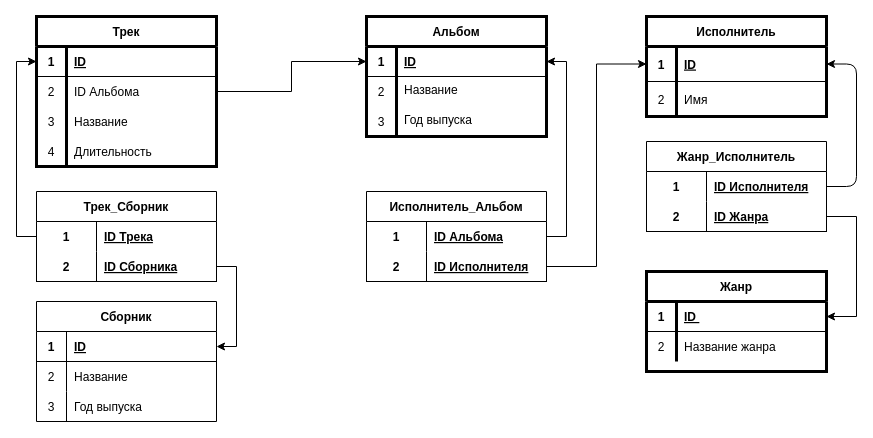
Earlier version of the draw.io diagram music_site_schema.drawio (hochu-leto/music-site). Source tidied: cells renumbered, new cells numbered last; positions are measured from the earlier drawing's top-left corner, leaving out a move shared by most shapes. Both pictures are drawn from the tidied source at 100%, with x=0, y=0 at pixel (36, 16).
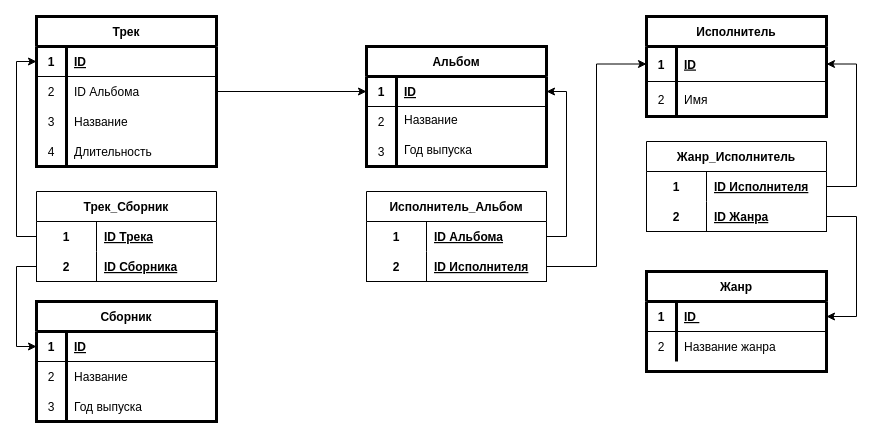
The same diagram, later.

The change refers to these unchanged cells:
```xml
<mxCell id="13" style="shape=partialRectangle;fillColor=none;top=0;left=0;bottom=1;right=0;points=[[0,0.5],[1,0.5]];portConstraint=eastwest;" parent="12" vertex="1">
  <mxGeometry y="30" width="180" height="35" as="geometry" />
</mxCell>
<mxCell id="41" style="shape=partialRectangle;fillColor=none;top=0;left=0;bottom=0;right=0;points=[[0,0.5],[1,0.5]];portConstraint=eastwest;" parent="40" vertex="1">
  <mxGeometry y="30" width="180" height="30" as="geometry" />
</mxCell>
<mxCell id="59" style="shape=partialRectangle;fillColor=none;top=0;left=0;bottom=1;right=0;points=[[0,0.5],[1,0.5]];portConstraint=eastwest;" parent="58" vertex="1">
  <mxGeometry y="30" width="180" height="30" as="geometry" />
</mxCell>
<mxCell id="72" style="shape=partialRectangle;fillColor=none;top=0;left=0;bottom=1;right=0;points=[[0,0.5],[1,0.5]];portConstraint=eastwest;" parent="68" vertex="1">
  <mxGeometry y="60" width="180" height="30" as="geometry" />
</mxCell>
```

The edit, as a diff of the source:
```diff
@@
     <mxCell id="2" value="Альбом" style="shape=table;startSize=30;childLayout=tableLayout;rowLines=0;fontStyle=1;align=center;strokeWidth=3;fillColor=none;" parent="1" vertex="1">
-      <mxGeometry x="330" width="180" height="120" as="geometry" />
+      <mxGeometry x="330" y="30" width="180" height="120" as="geometry" />
     </mxCell>
@@
-    <mxCell id="54" style="edgeStyle=entityRelationEdgeStyle;fontSize=12;html=1;endArrow=classic;endFill=1;startArrow=none;entryX=1;entryY=0.5;entryDx=0;entryDy=0;exitX=1;exitY=0.5;exitDx=0;exitDy=0;startFill=0;" parent="1" edge="1" source="41" target="13">
+    <mxCell id="54" style="edgeStyle=entityRelationEdgeStyle;fontSize=12;html=1;endArrow=classic;endFill=1;startArrow=none;entryX=1;entryY=0.5;entryDx=0;entryDy=0;exitX=1;exitY=0.5;exitDx=0;exitDy=0;startFill=0;rounded=0;" parent="1" edge="1" source="41" target="13">
       <mxGeometry relative="1" as="geometry" />
     </mxCell>
@@
-    <mxCell id="58" value="Сборник" style="shape=table;startSize=30;childLayout=tableLayout;rowLines=0;fontStyle=1;align=center;" parent="1" vertex="1">
+    <mxCell id="58" value="Сборник" style="shape=table;startSize=30;childLayout=tableLayout;rowLines=0;fontStyle=1;align=center;strokeWidth=3;" parent="1" vertex="1">
       <mxGeometry y="285" width="180" height="120" as="geometry" />
     </mxCell>
@@
-    <mxCell id="75" style="edgeStyle=orthogonalEdgeStyle;rounded=0;jettySize=auto;html=1;exitX=1;exitY=0.5;exitDx=0;exitDy=0;entryX=1;entryY=0.5;entryDx=0;entryDy=0;startArrow=classic;startFill=1;endArrow=none;endFill=0;" parent="1" edge="1" source="59" target="72">
-      <mxGeometry relative="1" as="geometry" />
+    <mxCell id="75" style="edgeStyle=orthogonalEdgeStyle;rounded=0;jettySize=auto;html=1;exitX=0;exitY=0.5;exitDx=0;exitDy=0;entryX=0;entryY=0.5;entryDx=0;entryDy=0;startArrow=classic;startFill=1;endArrow=none;endFill=0;" parent="1" edge="1" source="59" target="72">
+      <mxGeometry relative="1" as="geometry">
+        <Array as="points">
+          <mxPoint x="-20" y="330" />
+          <mxPoint x="-20" y="250" />
+        </Array>
+      </mxGeometry>
     </mxCell>
```
